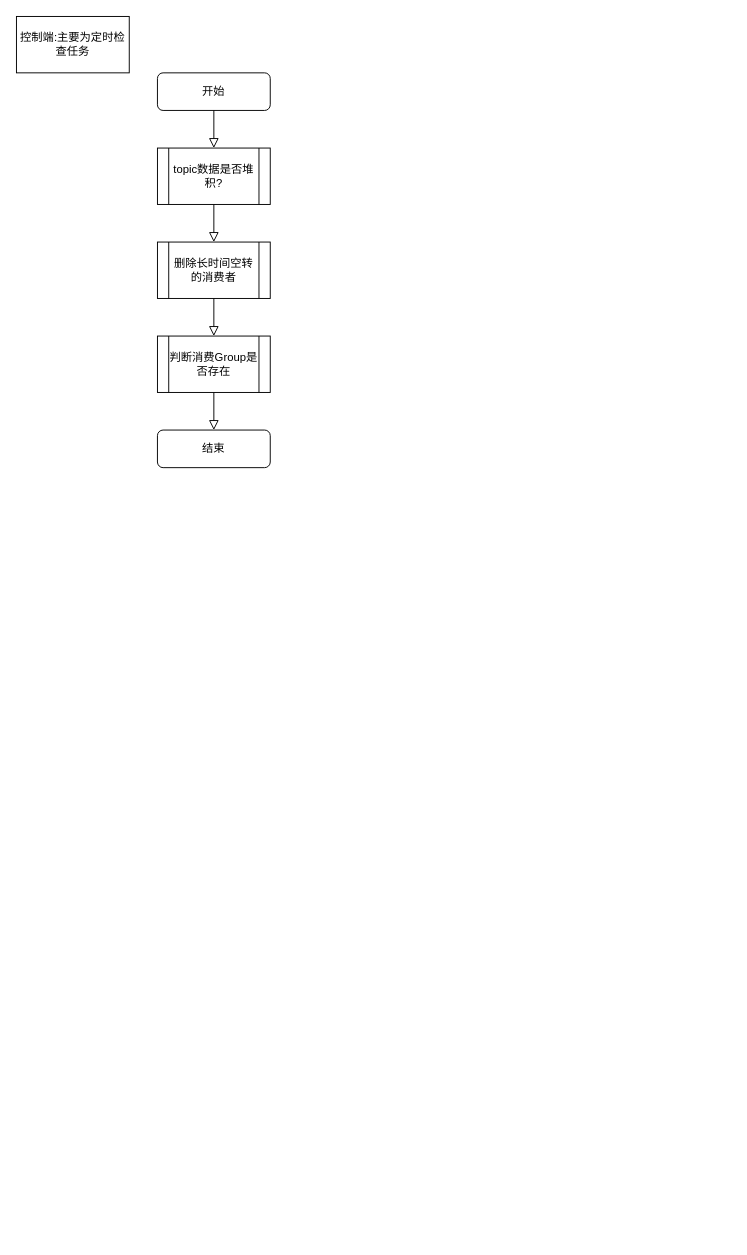
Earlier version of the draw.io diagram page "消息队列控制端" (4 of 5) of 懂牛生产者.drawio (yigoC/test). Source tidied: cells renumbered, new cells numbered last; positions are measured from the earlier drawing's top-left corner, leaving out a move shared by most shapes. Both pictures are drawn from the tidied source at 94%, with x=0, y=0 at pixel (16, 16).
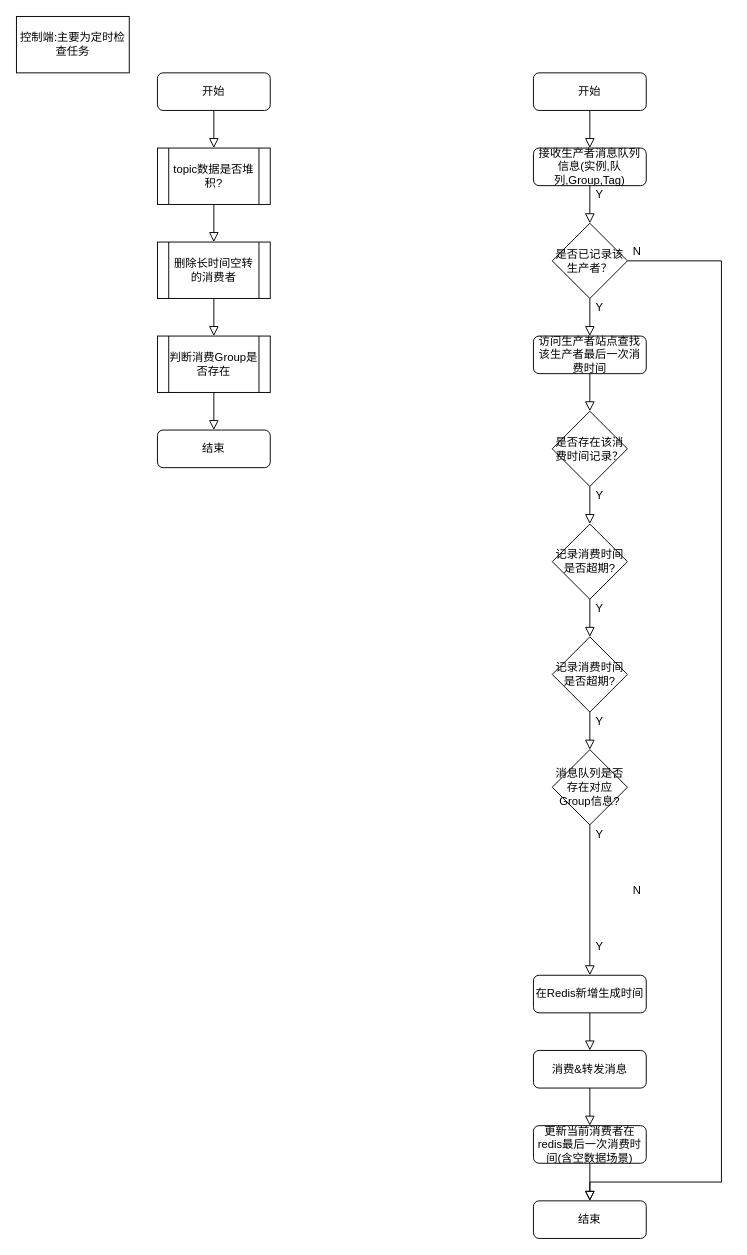
The same diagram, later.

The edit, as a diff of the source:
```diff
@@
+    <mxCell id="12" style="rounded=0;html=1;jettySize=auto;fontSize=11;endArrow=block;endFill=0;endSize=8;strokeWidth=1;shadow=0;labelBackgroundColor=none;edgeStyle=orthogonalEdgeStyle;entryX=0.5;entryY=0;entryDx=0;entryDy=0;" parent="1" edge="1" source="28" target="14">
+      <mxGeometry relative="1" as="geometry" />
+    </mxCell>
+    <mxCell id="13" value="开始" style="rounded=1;whiteSpace=wrap;html=1;fontSize=12;glass=0;strokeWidth=1;shadow=0;" parent="1" vertex="1">
+      <mxGeometry x="550" y="60" width="120" height="40" as="geometry" />
+    </mxCell>
+    <mxCell id="14" value="结束" style="rounded=1;whiteSpace=wrap;html=1;fontSize=12;glass=0;strokeWidth=1;shadow=0;" parent="1" vertex="1">
+      <mxGeometry x="550" y="1260" width="120" height="40" as="geometry" />
+    </mxCell>
+    <mxCell id="15" value="接收生产者消息队列信息(实例,队列,Group,Tag)" style="rounded=1;whiteSpace=wrap;html=1;fontSize=12;glass=0;strokeWidth=1;shadow=0;" parent="1" vertex="1">
+      <mxGeometry x="550" y="140" width="120" height="40" as="geometry" />
+    </mxCell>
+    <mxCell id="16" style="rounded=0;html=1;jettySize=auto;fontSize=11;endArrow=block;endFill=0;endSize=8;strokeWidth=1;shadow=0;labelBackgroundColor=none;edgeStyle=orthogonalEdgeStyle;" parent="1" edge="1" source="13" target="15">
+      <mxGeometry relative="1" as="geometry" />
+    </mxCell>
+    <mxCell id="17" style="rounded=0;html=1;jettySize=auto;fontSize=11;endArrow=block;endFill=0;endSize=8;strokeWidth=1;shadow=0;labelBackgroundColor=none;edgeStyle=orthogonalEdgeStyle;entryX=0.5;entryY=0;entryDx=0;entryDy=0;" parent="1" edge="1" source="15" target="30">
+      <mxGeometry relative="1" as="geometry" />
+    </mxCell>
+    <mxCell id="18" value="消费&amp;amp;转发消息" style="rounded=1;whiteSpace=wrap;html=1;fontSize=12;glass=0;strokeWidth=1;shadow=0;" parent="1" vertex="1">
+      <mxGeometry x="550" y="1100" width="120" height="40" as="geometry" />
+    </mxCell>
+    <mxCell id="19" style="rounded=0;html=1;jettySize=auto;fontSize=11;endArrow=block;endFill=0;endSize=8;strokeWidth=1;shadow=0;labelBackgroundColor=none;edgeStyle=orthogonalEdgeStyle;" parent="1" edge="1" source="26" target="18">
+      <mxGeometry relative="1" as="geometry" />
+    </mxCell>
+    <mxCell id="20" value="访问生产者站点查找该生产者最后一次消费时间" style="rounded=1;whiteSpace=wrap;html=1;fontSize=12;glass=0;strokeWidth=1;shadow=0;" parent="1" vertex="1">
+      <mxGeometry x="550" y="340" width="120" height="40" as="geometry" />
+    </mxCell>
+    <mxCell id="21" style="rounded=0;html=1;jettySize=auto;fontSize=11;endArrow=block;endFill=0;endSize=8;strokeWidth=1;shadow=0;labelBackgroundColor=none;edgeStyle=orthogonalEdgeStyle;exitX=0.5;exitY=1;exitDx=0;exitDy=0;" parent="1" edge="1" source="30" target="20">
+      <mxGeometry relative="1" as="geometry" />
+    </mxCell>
+    <mxCell id="22" value="消息队列是否存在对应Group信息?" style="rhombus;whiteSpace=wrap;html=1;" parent="1" vertex="1">
+      <mxGeometry x="570" y="780" width="80" height="80" as="geometry" />
+    </mxCell>
+    <mxCell id="23" style="rounded=0;html=1;jettySize=auto;fontSize=11;endArrow=block;endFill=0;endSize=8;strokeWidth=1;shadow=0;labelBackgroundColor=none;edgeStyle=orthogonalEdgeStyle;exitX=0.5;exitY=1;exitDx=0;exitDy=0;" parent="1" edge="1" source="35" target="22">
+      <mxGeometry relative="1" as="geometry" />
+    </mxCell>
+    <mxCell id="24" value="Y" style="text;html=1;align=center;verticalAlign=middle;" parent="1" vertex="1">
+      <mxGeometry x="610" y="980" width="20" height="20" as="geometry" />
+    </mxCell>
+    <mxCell id="25" value="N" style="text;html=1;align=center;verticalAlign=middle;" parent="1" vertex="1">
+      <mxGeometry x="650" y="920" width="20" height="20" as="geometry" />
+    </mxCell>
+    <mxCell id="26" value="在Redis新增生成时间" style="rounded=1;whiteSpace=wrap;html=1;fontSize=12;glass=0;strokeWidth=1;shadow=0;" parent="1" vertex="1">
+      <mxGeometry x="550" y="1020" width="120" height="40" as="geometry" />
+    </mxCell>
+    <mxCell id="27" style="rounded=0;html=1;jettySize=auto;fontSize=11;endArrow=block;endFill=0;endSize=8;strokeWidth=1;shadow=0;labelBackgroundColor=none;edgeStyle=orthogonalEdgeStyle;" parent="1" edge="1" source="22" target="26">
+      <mxGeometry relative="1" as="geometry" />
+    </mxCell>
+    <mxCell id="28" value="更新当前消费者在redis最后一次消费时间(含空数据场景)" style="rounded=1;whiteSpace=wrap;html=1;fontSize=12;glass=0;strokeWidth=1;shadow=0;" parent="1" vertex="1">
+      <mxGeometry x="550" y="1180" width="120" height="40" as="geometry" />
+    </mxCell>
+    <mxCell id="29" style="rounded=0;html=1;jettySize=auto;fontSize=11;endArrow=block;endFill=0;endSize=8;strokeWidth=1;shadow=0;labelBackgroundColor=none;edgeStyle=orthogonalEdgeStyle;entryX=0.5;entryY=0;entryDx=0;entryDy=0;" parent="1" edge="1" source="18" target="28">
+      <mxGeometry relative="1" as="geometry" />
+    </mxCell>
+    <mxCell id="30" value="是否已记录该生产者？" style="rhombus;whiteSpace=wrap;html=1;" parent="1" vertex="1">
+      <mxGeometry x="570" y="220" width="80" height="80" as="geometry" />
+    </mxCell>
+    <mxCell id="31" value="是否存在该消费时间记录？" style="rhombus;whiteSpace=wrap;html=1;" parent="1" vertex="1">
+      <mxGeometry x="570" y="420" width="80" height="80" as="geometry" />
+    </mxCell>
+    <mxCell id="32" style="rounded=0;html=1;jettySize=auto;fontSize=11;endArrow=block;endFill=0;endSize=8;strokeWidth=1;shadow=0;labelBackgroundColor=none;edgeStyle=orthogonalEdgeStyle;" parent="1" edge="1" source="20" target="31">
+      <mxGeometry relative="1" as="geometry" />
+    </mxCell>
+    <mxCell id="33" value="记录消费时间是否超期?" style="rhombus;whiteSpace=wrap;html=1;" parent="1" vertex="1">
+      <mxGeometry x="570" y="540" width="80" height="80" as="geometry" />
+    </mxCell>
+    <mxCell id="34" style="rounded=0;html=1;jettySize=auto;fontSize=11;endArrow=block;endFill=0;endSize=8;strokeWidth=1;shadow=0;labelBackgroundColor=none;edgeStyle=orthogonalEdgeStyle;" parent="1" edge="1" source="31" target="33">
+      <mxGeometry relative="1" as="geometry" />
+    </mxCell>
+    <mxCell id="35" value="记录消费时间是否超期?" style="rhombus;whiteSpace=wrap;html=1;" parent="1" vertex="1">
+      <mxGeometry x="570" y="660" width="80" height="80" as="geometry" />
+    </mxCell>
+    <mxCell id="36" style="rounded=0;html=1;jettySize=auto;fontSize=11;endArrow=block;endFill=0;endSize=8;strokeWidth=1;shadow=0;labelBackgroundColor=none;edgeStyle=orthogonalEdgeStyle;" parent="1" edge="1" source="33" target="35">
+      <mxGeometry relative="1" as="geometry" />
+    </mxCell>
+    <mxCell id="37" value="Y&lt;br&gt;" style="text;html=1;align=center;verticalAlign=middle;" parent="1" vertex="1">
+      <mxGeometry x="610" y="500" width="20" height="20" as="geometry" />
+    </mxCell>
+    <mxCell id="38" value="Y&lt;br&gt;" style="text;html=1;align=center;verticalAlign=middle;" parent="1" vertex="1">
+      <mxGeometry x="610" y="620" width="20" height="20" as="geometry" />
+    </mxCell>
+    <mxCell id="39" value="Y&lt;br&gt;" style="text;html=1;align=center;verticalAlign=middle;" parent="1" vertex="1">
+      <mxGeometry x="610" y="740" width="20" height="20" as="geometry" />
+    </mxCell>
+    <mxCell id="40" value="Y&lt;br&gt;" style="text;html=1;align=center;verticalAlign=middle;" parent="1" vertex="1">
+      <mxGeometry x="610" y="860" width="20" height="20" as="geometry" />
+    </mxCell>
+    <mxCell id="41" value="Y&lt;br&gt;" style="text;html=1;align=center;verticalAlign=middle;" parent="1" vertex="1">
+      <mxGeometry x="610" y="180" width="20" height="20" as="geometry" />
+    </mxCell>
+    <mxCell id="42" style="rounded=0;html=1;jettySize=auto;fontSize=11;endArrow=block;endFill=0;endSize=8;strokeWidth=1;shadow=0;labelBackgroundColor=none;edgeStyle=orthogonalEdgeStyle;exitX=1;exitY=0.5;exitDx=0;exitDy=0;" parent="1" edge="1" source="30">
+      <mxGeometry relative="1" as="geometry">
+        <mxPoint x="610" y="1260" as="targetPoint" />
+        <Array as="points">
+          <mxPoint x="750" y="260" />
+          <mxPoint x="750" y="1240" />
+          <mxPoint x="610" y="1240" />
+        </Array>
+      </mxGeometry>
+    </mxCell>
+    <mxCell id="43" value="N" style="text;html=1;align=center;verticalAlign=middle;" parent="1" vertex="1">
+      <mxGeometry x="650" y="240" width="20" height="20" as="geometry" />
+    </mxCell>
+    <mxCell id="44" value="Y&lt;br&gt;" style="text;html=1;align=center;verticalAlign=middle;" parent="1" vertex="1">
+      <mxGeometry x="610" y="300" width="20" height="20" as="geometry" />
+    </mxCell>
```
